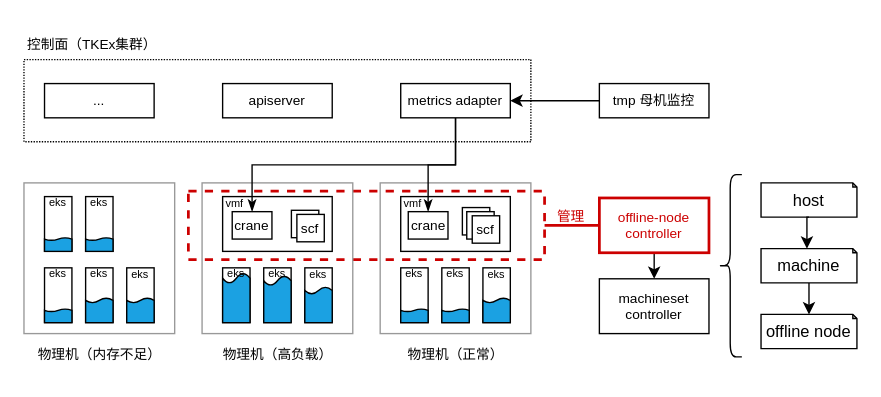
The draw.io diagram vmf.drawio in payall4u/draw.io, before the edit. Source tidied: cells renumbered, new cells numbered last; positions are measured from the earlier drawing's top-left corner, leaving out a move shared by most shapes. Both pictures are drawn from the tidied source at 137%, with x=0, y=0 at pixel (23, 23).
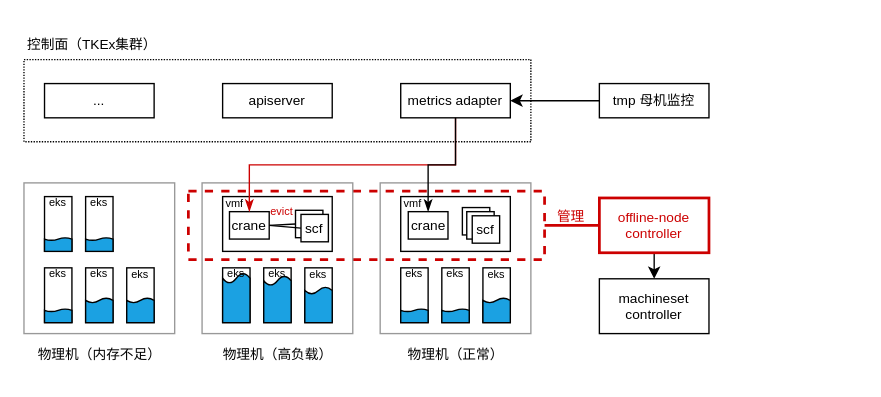
The same page after the edit.

The change refers to these unchanged cells:
```xml
<mxCell id="49" value="crane" style="rounded=0;whiteSpace=wrap;html=1;fontSize=10;" parent="1" vertex="1">
  <mxGeometry x="280.5" y="137" width="29" height="20" as="geometry" />
</mxCell>
<mxCell id="57" value="metrics adapter" style="whiteSpace=wrap;html=1;fontSize=10;" parent="1" vertex="1">
  <mxGeometry x="275" y="43.5" width="80" height="25" as="geometry" />
</mxCell>
```

The edit, as a diff of the source:
```diff
@@
     <mxCell id="43" value="crane" style="rounded=0;whiteSpace=wrap;html=1;fontSize=10;" parent="1" vertex="1">
-      <mxGeometry x="152" y="137" width="29" height="20" as="geometry" />
+      <mxGeometry x="150" y="137" width="29" height="20" as="geometry" />
     </mxCell>
     <mxCell id="44" style="rounded=0;whiteSpace=wrap;html=1;fontSize=10;" parent="1" vertex="1">
-      <mxGeometry x="195.2" y="136" width="20" height="20" as="geometry" />
+      <mxGeometry x="198.2" y="136" width="20" height="20" as="geometry" />
     </mxCell>
     <mxCell id="45" value="scf" style="rounded=0;whiteSpace=wrap;html=1;fontSize=10;" parent="1" vertex="1">
-      <mxGeometry x="199.2" y="139" width="20" height="20" as="geometry" />
+      <mxGeometry x="202.2" y="139" width="20" height="20" as="geometry" />
     </mxCell>
@@
-    <mxCell id="55" style="edgeStyle=orthogonalEdgeStyle;rounded=0;jettySize=auto;html=1;exitX=0.5;exitY=1;exitDx=0;exitDy=0;endArrow=classicThin;endFill=1;" parent="1" edge="1" source="57" target="49">
-      <mxGeometry relative="1" as="geometry" />
-    </mxCell>
-    <mxCell id="56" style="edgeStyle=orthogonalEdgeStyle;rounded=0;jettySize=auto;html=1;exitX=0.5;exitY=1;exitDx=0;exitDy=0;entryX=0.5;entryY=0;entryDx=0;entryDy=0;endArrow=classicThin;endFill=1;" parent="1" edge="1" source="57" target="43">
+    <mxCell id="56" style="edgeStyle=orthogonalEdgeStyle;rounded=0;jettySize=auto;html=1;exitX=0.5;exitY=1;exitDx=0;exitDy=0;entryX=0.5;entryY=0;entryDx=0;entryDy=0;endArrow=classicThin;endFill=1;strokeColor=#CC0000;" parent="1" edge="1" source="57" target="43">
       <mxGeometry relative="1" as="geometry" />
     </mxCell>
@@
-    <mxCell id="67" style="shape=curlyBracket;whiteSpace=wrap;html=1;rounded=1;labelPosition=left;verticalLabelPosition=middle;align=right;verticalAlign=middle;" parent="1" vertex="1">
-      <mxGeometry x="507" y="110" width="17" height="133" as="geometry" />
-    </mxCell>
-    <mxCell id="68" value="host" style="shape=note;whiteSpace=wrap;html=1;backgroundOutline=1;darkOpacity=0.05;size=3;" parent="1" vertex="1">
-      <mxGeometry x="538" y="116" width="70" height="25" as="geometry" />
-    </mxCell>
-    <mxCell id="69" value="machine" style="shape=note;whiteSpace=wrap;html=1;backgroundOutline=1;darkOpacity=0.05;size=3;" parent="1" vertex="1">
-      <mxGeometry x="538" y="164" width="70" height="25" as="geometry" />
-    </mxCell>
-    <mxCell id="70" value="offline node" style="shape=note;whiteSpace=wrap;html=1;backgroundOutline=1;darkOpacity=0.05;size=3;" parent="1" vertex="1">
-      <mxGeometry x="538" y="212" width="70" height="25" as="geometry" />
-    </mxCell>
-    <mxCell id="71" style="edgeStyle=orthogonalEdgeStyle;rounded=0;jettySize=auto;html=1;exitX=0.5;exitY=1;exitDx=0;exitDy=0;exitPerimeter=0;entryX=0;entryY=0;entryDx=33.5;entryDy=0;entryPerimeter=0;" parent="1" edge="1" source="68" target="69">
-      <mxGeometry relative="1" as="geometry" />
-    </mxCell>
-    <mxCell id="72" style="edgeStyle=orthogonalEdgeStyle;rounded=0;jettySize=auto;html=1;exitX=0.5;exitY=1;exitDx=0;exitDy=0;exitPerimeter=0;entryX=0.5;entryY=0;entryDx=0;entryDy=0;entryPerimeter=0;" parent="1" edge="1" source="69" target="70">
-      <mxGeometry relative="1" as="geometry" />
-    </mxCell>
+    <mxCell id="73" style="endArrow=none;html=1;rounded=0;exitX=1;exitY=0.5;exitDx=0;exitDy=0;entryX=0;entryY=0.5;entryDx=0;entryDy=0;" parent="1" edge="1" source="43" target="44">
+      <mxGeometry relative="1" as="geometry" />
+    </mxCell>
+    <mxCell id="74" style="endArrow=none;html=1;rounded=0;exitX=1;exitY=0.5;exitDx=0;exitDy=0;entryX=0;entryY=0.5;entryDx=0;entryDy=0;" parent="1" edge="1" source="43" target="45">
+      <mxGeometry relative="1" as="geometry" />
+    </mxCell>
+    <mxCell id="75" value="evict" style="text;html=1;align=center;verticalAlign=middle;strokeColor=none;fillColor=none;fontSize=8;fontColor=#CC0000;" parent="1" vertex="1">
+      <mxGeometry x="171" y="126" width="34" height="22" as="geometry" />
+    </mxCell>
+    <mxCell id="55" style="edgeStyle=orthogonalEdgeStyle;rounded=0;jettySize=auto;html=1;exitX=0.5;exitY=1;exitDx=0;exitDy=0;endArrow=classicThin;endFill=1;" parent="1" edge="1" source="57" target="49">
+      <mxGeometry relative="1" as="geometry" />
+    </mxCell>
```
